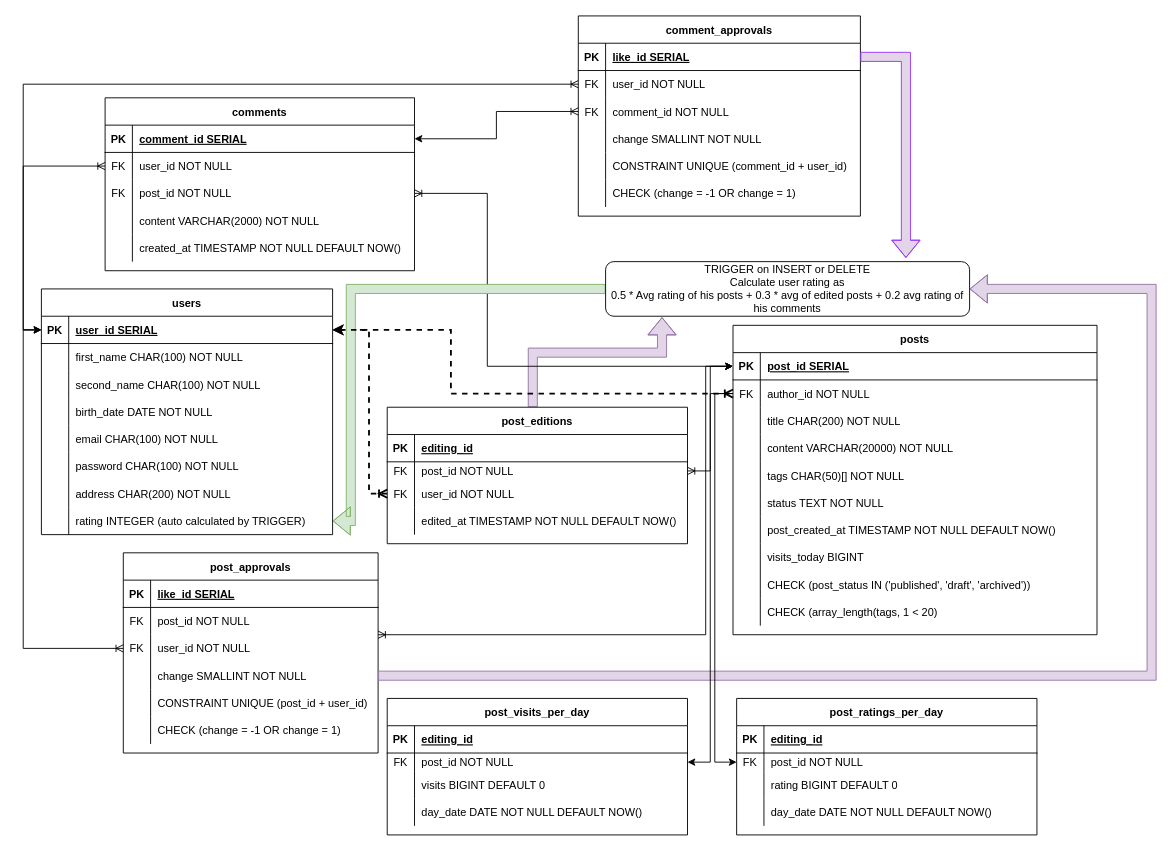
Earlier version of the draw.io diagram src/psql/design/design.drawio (darklab8/darklab_training_postgresql). Source tidied: cells renumbered, new cells numbered last; positions are measured from the earlier drawing's top-left corner, leaving out a move shared by most shapes. Both pictures are drawn from the tidied source at 91%, with x=0, y=0 at pixel (41, 15).
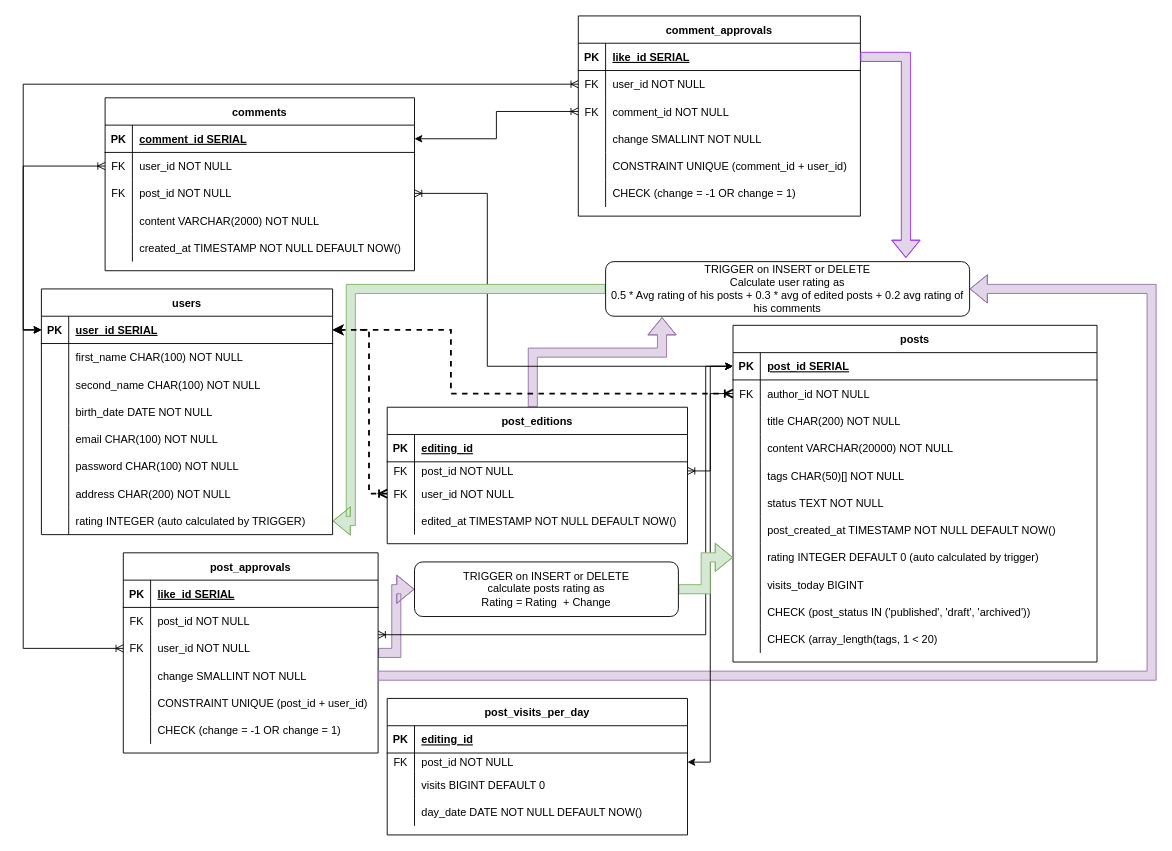
After the change.

Commit message (it also covers changes not shown here):
fix: reverting design regarding post rating

Unchanged cells that the change refers to:
```xml
<mxCell id="31" style="shape=tableRow;horizontal=0;startSize=0;swimlaneHead=0;swimlaneBody=0;fillColor=none;points=[[0,0.5],[1,0.5]];portConstraint=eastwest;top=0;left=0;right=0;bottom=0;" parent="27" vertex="1">
  <mxGeometry y="60" width="400" height="30" as="geometry" />
</mxCell>
<mxCell id="59" value="post_approvals" style="shape=table;startSize=30;childLayout=tableLayout;rowLines=0;fontStyle=1;align=center;" parent="1" vertex="1">
  <mxGeometry x="90" y="590" width="280" height="220" as="geometry" />
</mxCell>
```

Change to the diagram source:
```diff
@@
     <mxCell id="27" value="posts" style="shape=table;startSize=30;childLayout=tableLayout;rowLines=0;fontStyle=1;align=center;" parent="1" vertex="1">
-      <mxGeometry x="760" y="340" width="400" height="340" as="geometry" />
+      <mxGeometry x="760" y="340" width="400" height="370" as="geometry" />
     </mxCell>
@@
+    <mxCell id="167" style="shape=tableRow;horizontal=0;startSize=0;swimlaneHead=0;swimlaneBody=0;fillColor=none;points=[[0,0.5],[1,0.5]];portConstraint=eastwest;top=0;left=0;right=0;bottom=0;" parent="27" vertex="1">
+      <mxGeometry y="240" width="400" height="30" as="geometry" />
+    </mxCell>
+    <mxCell id="168" style="shape=partialRectangle;fillColor=none;top=0;left=0;bottom=0;right=0;overflow=hidden;" parent="167" vertex="1">
+      <mxGeometry width="30" height="30" as="geometry" />
+    </mxCell>
+    <mxCell id="169" value="rating INTEGER DEFAULT 0 (auto calculated by trigger)" style="shape=partialRectangle;fillColor=none;top=0;left=0;bottom=0;right=0;align=left;spacingLeft=6;overflow=hidden;" parent="167" vertex="1">
+      <mxGeometry x="30" width="370" height="30" as="geometry" />
+    </mxCell>
     <mxCell id="49" style="shape=tableRow;horizontal=0;startSize=0;swimlaneHead=0;swimlaneBody=0;fillColor=none;top=0;left=0;right=0;bottom=0;" parent="27" vertex="1">
-      <mxGeometry y="240" width="400" height="30" as="geometry" />
+      <mxGeometry y="270" width="400" height="30" as="geometry" />
     </mxCell>
@@
     <mxCell id="52" style="shape=tableRow;horizontal=0;startSize=0;swimlaneHead=0;swimlaneBody=0;fillColor=none;top=0;left=0;right=0;bottom=0;" parent="27" vertex="1">
-      <mxGeometry y="270" width="400" height="30" as="geometry" />
+      <mxGeometry y="300" width="400" height="30" as="geometry" />
     </mxCell>
@@
     <mxCell id="55" style="shape=tableRow;horizontal=0;startSize=0;swimlaneHead=0;swimlaneBody=0;fillColor=none;top=0;left=0;right=0;bottom=0;" parent="27" vertex="1">
-      <mxGeometry y="300" width="400" height="30" as="geometry" />
+      <mxGeometry y="330" width="400" height="30" as="geometry" />
     </mxCell>
@@
+    <mxCell id="170" style="edgeStyle=orthogonalEdgeStyle;rounded=0;jettySize=auto;html=1;entryX=0;entryY=0.5;entryDx=0;entryDy=0;fillColor=#e1d5e7;strokeColor=#9673a6;shape=flexArrow;" parent="1" edge="1" source="59" target="172">
+      <mxGeometry relative="1" as="geometry" />
+    </mxCell>
@@
-    <mxCell id="153" value="post_ratings_per_day" style="shape=table;startSize=30;childLayout=tableLayout;rowLines=0;fontStyle=1;align=center;" parent="1" vertex="1">
-      <mxGeometry x="764" y="750" width="330" height="150" as="geometry" />
-    </mxCell>
-    <mxCell id="154" style="shape=tableRow;horizontal=0;startSize=0;swimlaneHead=0;swimlaneBody=0;fillColor=none;top=0;left=0;right=0;bottom=1;" parent="153" vertex="1">
-      <mxGeometry y="30" width="330" height="30" as="geometry" />
-    </mxCell>
-    <mxCell id="155" value="PK" style="shape=partialRectangle;fillColor=none;top=0;left=0;bottom=0;right=0;fontStyle=1;overflow=hidden;" parent="154" vertex="1">
-      <mxGeometry width="30" height="30" as="geometry" />
-    </mxCell>
-    <mxCell id="156" value="editing_id" style="shape=partialRectangle;fillColor=none;top=0;left=0;bottom=0;right=0;align=left;spacingLeft=6;fontStyle=5;overflow=hidden;" parent="154" vertex="1">
-      <mxGeometry x="30" width="300" height="30" as="geometry" />
-    </mxCell>
-    <mxCell id="157" style="shape=tableRow;horizontal=0;startSize=0;swimlaneHead=0;swimlaneBody=0;fillColor=none;points=[[0,0.5],[1,0.5]];portConstraint=eastwest;top=0;left=0;right=0;bottom=0;" parent="153" vertex="1">
-      <mxGeometry y="60" width="330" height="20" as="geometry" />
-    </mxCell>
-    <mxCell id="158" value="FK" style="shape=partialRectangle;fillColor=none;top=0;left=0;bottom=0;right=0;overflow=hidden;" parent="157" vertex="1">
-      <mxGeometry width="30" height="20" as="geometry" />
-    </mxCell>
-    <mxCell id="159" value="post_id NOT NULL" style="shape=partialRectangle;fillColor=none;top=0;left=0;bottom=0;right=0;align=left;spacingLeft=6;overflow=hidden;" parent="157" vertex="1">
-      <mxGeometry x="30" width="300" height="20" as="geometry" />
-    </mxCell>
-    <mxCell id="160" style="shape=tableRow;horizontal=0;startSize=0;swimlaneHead=0;swimlaneBody=0;fillColor=none;top=0;left=0;right=0;bottom=0;" parent="153" vertex="1">
-      <mxGeometry y="80" width="330" height="30" as="geometry" />
-    </mxCell>
-    <mxCell id="161" style="shape=partialRectangle;fillColor=none;top=0;left=0;bottom=0;right=0;overflow=hidden;" parent="160" vertex="1">
-      <mxGeometry width="30" height="30" as="geometry" />
-    </mxCell>
-    <mxCell id="162" value="rating BIGINT DEFAULT 0" style="shape=partialRectangle;fillColor=none;top=0;left=0;bottom=0;right=0;align=left;spacingLeft=6;overflow=hidden;" parent="160" vertex="1">
-      <mxGeometry x="30" width="300" height="30" as="geometry" />
-    </mxCell>
-    <mxCell id="163" style="shape=tableRow;horizontal=0;startSize=0;swimlaneHead=0;swimlaneBody=0;fillColor=none;top=0;left=0;right=0;bottom=0;" parent="153" vertex="1">
-      <mxGeometry y="110" width="330" height="30" as="geometry" />
-    </mxCell>
-    <mxCell id="164" style="shape=partialRectangle;fillColor=none;top=0;left=0;bottom=0;right=0;overflow=hidden;" parent="163" vertex="1">
-      <mxGeometry width="30" height="30" as="geometry" />
-    </mxCell>
-    <mxCell id="165" value="day_date DATE NOT NULL DEFAULT NOW()" style="shape=partialRectangle;fillColor=none;top=0;left=0;bottom=0;right=0;align=left;spacingLeft=6;overflow=hidden;" parent="163" vertex="1">
-      <mxGeometry x="30" width="300" height="30" as="geometry" />
-    </mxCell>
-    <mxCell id="166" style="edgeStyle=orthogonalEdgeStyle;rounded=0;jettySize=auto;html=1;entryX=0;entryY=0.5;entryDx=0;entryDy=0;" parent="1" edge="1" source="31" target="157">
-      <mxGeometry relative="1" as="geometry" />
-    </mxCell>
+    <mxCell id="171" style="edgeStyle=orthogonalEdgeStyle;shape=flexArrow;rounded=0;jettySize=auto;html=1;entryX=0;entryY=0.5;entryDx=0;entryDy=0;fillColor=#d5e8d4;strokeColor=#82b366;" parent="1" edge="1" source="172" target="167">
+      <mxGeometry relative="1" as="geometry" />
+    </mxCell>
+    <mxCell id="172" value="TRIGGER on INSERT or DELETE&lt;br&gt;calculate posts rating as&lt;br&gt;Rating = Rating&amp;nbsp; + Change" style="rounded=1;whiteSpace=wrap;html=1;" parent="1" vertex="1">
+      <mxGeometry x="410" y="600" width="290" height="60" as="geometry" />
+    </mxCell>
```
